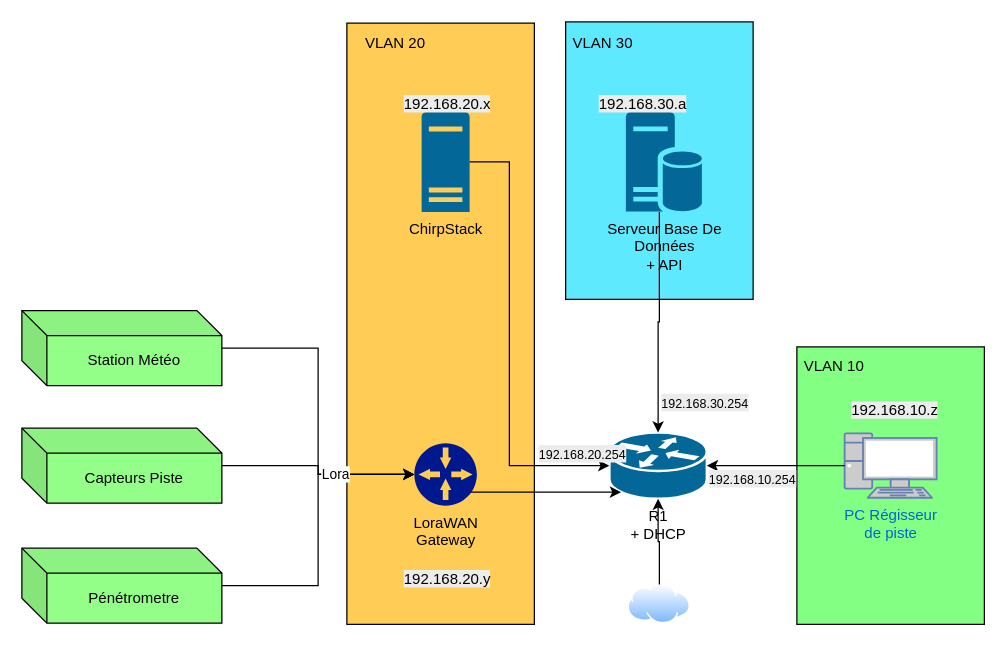
Before: documentation/Schéma_Réseau/SchemaReseauSysteme.drawio in ToGen49/Hippodrome, a draw.io diagram. Source tidied: cells renumbered, new cells numbered last; positions are measured from the earlier drawing's top-left corner, leaving out a move shared by most shapes. Both pictures are drawn from the tidied source at 125%, with x=0, y=0 at pixel (21, 21).
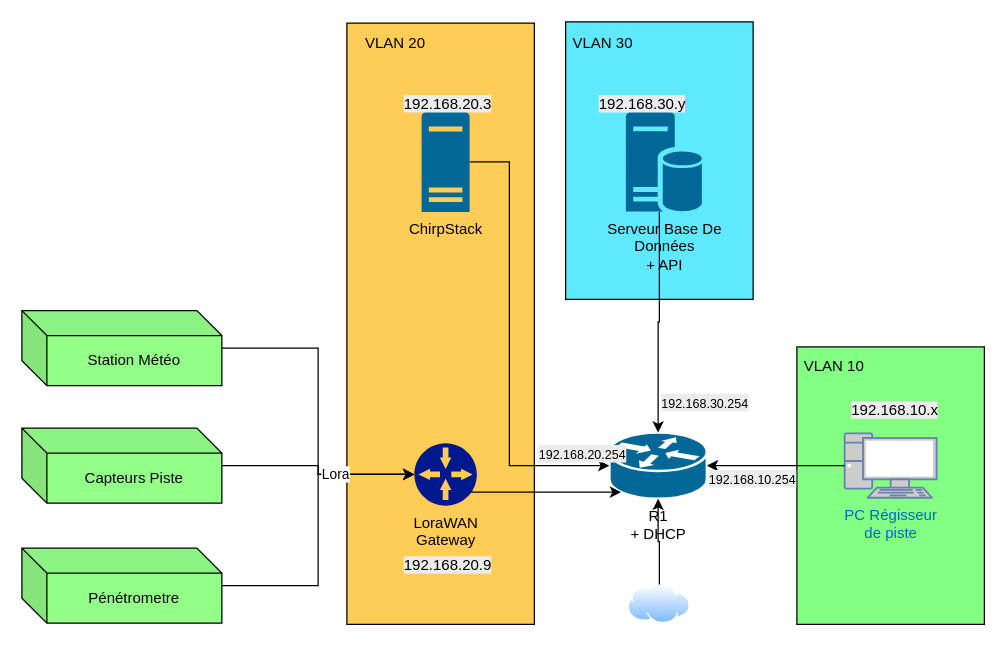
Above is the later version.

Commit message:
Mettre à jour SchemaReseauSysteme.drawio

The edit, as a diff of the source:
```diff
@@
-    <mxCell id="11" value="&lt;span style=&quot;color: rgb(0, 0, 0); font-family: Helvetica; font-size: 12px; font-style: normal; font-variant-ligatures: normal; font-variant-caps: normal; font-weight: 400; letter-spacing: normal; text-align: center; text-indent: 0px; text-transform: none; word-spacing: 0px; -webkit-text-stroke-width: 0px; white-space: nowrap; background-color: rgb(236, 236, 236); text-decoration-thickness: initial; text-decoration-style: initial; text-decoration-color: initial; float: none; display: inline !important;&quot;&gt;192.168.20.x&lt;/span&gt;" style="text;whiteSpace=wrap;html=1;" parent="1" vertex="1">
+    <mxCell id="11" value="&lt;span style=&quot;color: rgb(0, 0, 0); font-family: Helvetica; font-size: 12px; font-style: normal; font-variant-ligatures: normal; font-variant-caps: normal; font-weight: 400; letter-spacing: normal; text-align: center; text-indent: 0px; text-transform: none; word-spacing: 0px; -webkit-text-stroke-width: 0px; white-space: nowrap; background-color: rgb(236, 236, 236); text-decoration-thickness: initial; text-decoration-style: initial; text-decoration-color: initial; float: none; display: inline !important;&quot;&gt;192.168.20.3&lt;/span&gt;" style="text;whiteSpace=wrap;html=1;" parent="1" vertex="1">
       <mxGeometry x="304" y="52" width="70" height="20" as="geometry" />
     </mxCell>
@@
-    <mxCell id="15" value="&lt;span style=&quot;color: rgb(0, 0, 0); font-family: Helvetica; font-size: 12px; font-style: normal; font-variant-ligatures: normal; font-variant-caps: normal; font-weight: 400; letter-spacing: normal; text-align: center; text-indent: 0px; text-transform: none; word-spacing: 0px; -webkit-text-stroke-width: 0px; white-space: nowrap; background-color: rgb(236, 236, 236); text-decoration-thickness: initial; text-decoration-style: initial; text-decoration-color: initial; float: none; display: inline !important;&quot;&gt;192.168.30.a&lt;/span&gt;" style="text;whiteSpace=wrap;html=1;" parent="1" vertex="1">
+    <mxCell id="15" value="&lt;span style=&quot;color: rgb(0, 0, 0); font-family: Helvetica; font-size: 12px; font-style: normal; font-variant-ligatures: normal; font-variant-caps: normal; font-weight: 400; letter-spacing: normal; text-align: center; text-indent: 0px; text-transform: none; word-spacing: 0px; -webkit-text-stroke-width: 0px; white-space: nowrap; background-color: rgb(236, 236, 236); text-decoration-thickness: initial; text-decoration-style: initial; text-decoration-color: initial; float: none; display: inline !important;&quot;&gt;192.168.30.y&lt;/span&gt;" style="text;whiteSpace=wrap;html=1;" parent="1" vertex="1">
       <mxGeometry x="460" y="52" width="70" height="20" as="geometry" />
     </mxCell>
@@
-    <mxCell id="20" value="&lt;span style=&quot;color: rgb(0, 0, 0); font-family: Helvetica; font-size: 12px; font-style: normal; font-variant-ligatures: normal; font-variant-caps: normal; font-weight: 400; letter-spacing: normal; text-align: center; text-indent: 0px; text-transform: none; word-spacing: 0px; -webkit-text-stroke-width: 0px; white-space: nowrap; background-color: rgb(236, 236, 236); text-decoration-thickness: initial; text-decoration-style: initial; text-decoration-color: initial; float: none; display: inline !important;&quot;&gt;192.168.10.z&lt;/span&gt;" style="text;whiteSpace=wrap;html=1;" parent="1" vertex="1">
+    <mxCell id="20" value="&lt;span style=&quot;color: rgb(0, 0, 0); font-family: Helvetica; font-size: 12px; font-style: normal; font-variant-ligatures: normal; font-variant-caps: normal; font-weight: 400; letter-spacing: normal; text-align: center; text-indent: 0px; text-transform: none; word-spacing: 0px; -webkit-text-stroke-width: 0px; white-space: nowrap; background-color: rgb(236, 236, 236); text-decoration-thickness: initial; text-decoration-style: initial; text-decoration-color: initial; float: none; display: inline !important;&quot;&gt;192.168.10.x&lt;/span&gt;" style="text;whiteSpace=wrap;html=1;" parent="1" vertex="1">
       <mxGeometry x="661.8" y="296.5" width="70" height="20" as="geometry" />
     </mxCell>
@@
-    <mxCell id="25" value="&lt;span style=&quot;color: rgb(0, 0, 0); font-family: Helvetica; font-size: 12px; font-style: normal; font-variant-ligatures: normal; font-variant-caps: normal; font-weight: 400; letter-spacing: normal; text-align: center; text-indent: 0px; text-transform: none; word-spacing: 0px; -webkit-text-stroke-width: 0px; white-space: nowrap; background-color: rgb(236, 236, 236); text-decoration-thickness: initial; text-decoration-style: initial; text-decoration-color: initial; float: none; display: inline !important;&quot;&gt;192.168.20.y&lt;/span&gt;" style="text;whiteSpace=wrap;html=1;" parent="1" vertex="1">
-      <mxGeometry x="304" y="432" width="70" height="20" as="geometry" />
+    <mxCell id="25" value="&lt;span style=&quot;color: rgb(0, 0, 0); font-family: Helvetica; font-size: 12px; font-style: normal; font-variant-ligatures: normal; font-variant-caps: normal; font-weight: 400; letter-spacing: normal; text-align: center; text-indent: 0px; text-transform: none; word-spacing: 0px; -webkit-text-stroke-width: 0px; white-space: nowrap; background-color: rgb(236, 236, 236); text-decoration-thickness: initial; text-decoration-style: initial; text-decoration-color: initial; float: none; display: inline !important;&quot;&gt;192.168.20.9&lt;/span&gt;" style="text;whiteSpace=wrap;html=1;" parent="1" vertex="1">
+      <mxGeometry x="304" y="421" width="70" height="20" as="geometry" />
     </mxCell>
```
